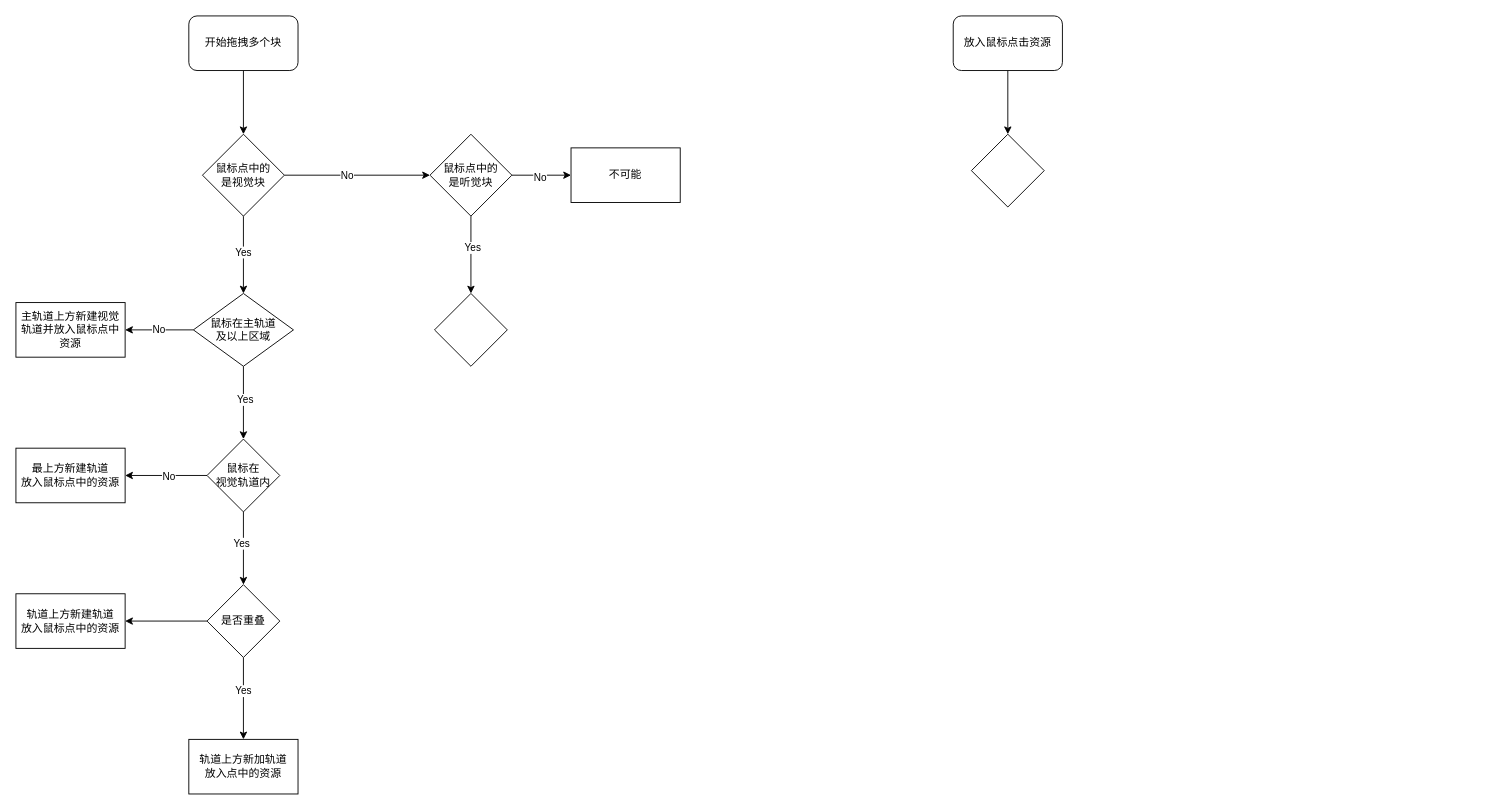
The draw.io diagram page "第 3 页" (3 of 3) of drag flow.drawio in macfanr/drawio, before the edit. Source tidied: cells renumbered, new cells numbered last; positions are measured from the earlier drawing's top-left corner, leaving out a move shared by most shapes. Both pictures are drawn from the tidied source at 91%, with x=0, y=0 at pixel (15, 15).
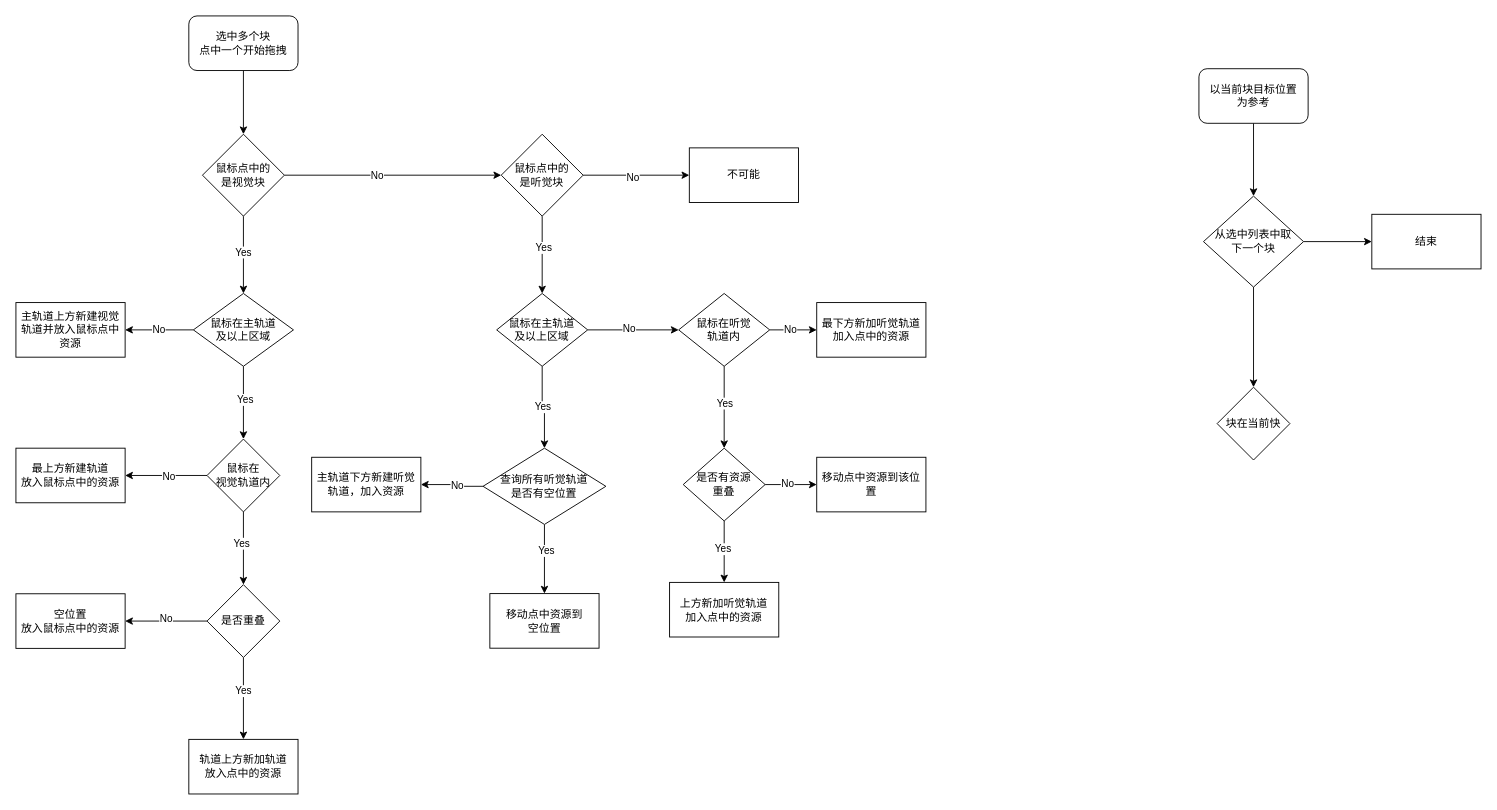
The same diagram, later.

The change refers to these unchanged cells:
```xml
<mxCell id="27" style="edgeStyle=orthogonalEdgeStyle;rounded=0;jettySize=auto;html=1;endArrow=classic;endFill=1;" parent="1" edge="1" source="28" target="32">
  <mxGeometry relative="1" as="geometry" />
</mxCell>
```

The edit, as a diff of the source:
```diff
@@
-    <mxCell id="3" value="开始拖拽多个块" style="rounded=1;whiteSpace=wrap;html=1;" parent="1" vertex="1">
+    <mxCell id="3" value="选中多个块&lt;br&gt;点中一个开始拖拽" style="rounded=1;whiteSpace=wrap;html=1;" parent="1" vertex="1">
       <mxGeometry x="190" width="120" height="60" as="geometry" />
     </mxCell>
@@
     <mxCell id="17" value="鼠标点中的&lt;br&gt;是听觉块" style="rhombus;whiteSpace=wrap;html=1;rounded=0;" parent="1" vertex="1">
-      <mxGeometry x="455" y="130" width="90" height="90" as="geometry" />
+      <mxGeometry x="533.3" y="130" width="90" height="90" as="geometry" />
     </mxCell>
     <mxCell id="18" value="不可能" style="whiteSpace=wrap;html=1;rounded=0;" parent="1" vertex="1">
-      <mxGeometry x="610" y="145" width="120" height="60" as="geometry" />
+      <mxGeometry x="740" y="145" width="120" height="60" as="geometry" />
     </mxCell>
+    <mxCell id="36" style="edgeStyle=orthogonalEdgeStyle;rounded=0;jettySize=auto;html=1;endArrow=classic;endFill=1;entryX=0.5;entryY=0;entryDx=0;entryDy=0;" parent="1" edge="1" source="19" target="50">
+      <mxGeometry relative="1" as="geometry" />
+    </mxCell>
+    <mxCell id="37" value="Yes" style="edgeLabel;html=1;align=center;verticalAlign=middle;" parent="36" vertex="1">
+      <mxGeometry x="-0.02" y="1" relative="1" as="geometry" />
+    </mxCell>
+    <mxCell id="38" style="edgeStyle=orthogonalEdgeStyle;rounded=0;jettySize=auto;html=1;endArrow=classic;endFill=1;entryX=0;entryY=0.5;entryDx=0;entryDy=0;" parent="1" edge="1" source="19" target="56">
+      <mxGeometry relative="1" as="geometry" />
+    </mxCell>
+    <mxCell id="39" value="No" style="edgeLabel;html=1;align=center;verticalAlign=middle;" parent="38" vertex="1">
+      <mxGeometry x="-0.1" y="2" relative="1" as="geometry" />
+    </mxCell>
-    <mxCell id="19" style="rhombus;whiteSpace=wrap;html=1;rounded=0;" parent="1" vertex="1">
-      <mxGeometry x="460" y="305" width="80" height="80" as="geometry" />
+    <mxCell id="19" value="&lt;span&gt;鼠标在主轨道&lt;/span&gt;&lt;br&gt;&lt;span&gt;及以上区域&lt;/span&gt;" style="rhombus;whiteSpace=wrap;html=1;rounded=0;" parent="1" vertex="1">
+      <mxGeometry x="528.3" y="305" width="100" height="80" as="geometry" />
     </mxCell>
@@
+    <mxCell id="40" value="No" style="edgeLabel;html=1;align=center;verticalAlign=middle;" parent="27" vertex="1">
+      <mxGeometry x="0.02" y="-3" relative="1" as="geometry" />
+    </mxCell>
@@
-    <mxCell id="32" value="轨道上方新建轨道&lt;br&gt;放入鼠标点中的资源" style="whiteSpace=wrap;html=1;rounded=0;" parent="1" vertex="1">
+    <mxCell id="32" value="空位置&lt;br&gt;放入鼠标点中的资源" style="whiteSpace=wrap;html=1;rounded=0;" parent="1" vertex="1">
       <mxGeometry y="635" width="120" height="60" as="geometry" />
     </mxCell>
@@
-    <mxCell id="34" value="放入鼠标点击资源" style="rounded=1;whiteSpace=wrap;html=1;" parent="1" vertex="1">
-      <mxGeometry x="1030" width="120" height="60" as="geometry" />
+    <mxCell id="34" value="以当前块目标位置&lt;br&gt;为参考" style="rounded=1;whiteSpace=wrap;html=1;" parent="1" vertex="1">
+      <mxGeometry x="1300" y="58" width="120" height="60" as="geometry" />
     </mxCell>
+    <mxCell id="41" style="edgeStyle=orthogonalEdgeStyle;rounded=0;jettySize=auto;html=1;endArrow=classic;endFill=1;" parent="1" edge="1" source="35" target="43">
+      <mxGeometry relative="1" as="geometry" />
+    </mxCell>
+    <mxCell id="42" style="edgeStyle=orthogonalEdgeStyle;rounded=0;jettySize=auto;html=1;endArrow=classic;endFill=1;" parent="1" edge="1" source="35" target="44">
+      <mxGeometry relative="1" as="geometry" />
+    </mxCell>
-    <mxCell id="35" style="rhombus;whiteSpace=wrap;html=1;rounded=0;" parent="1" vertex="1">
-      <mxGeometry x="1050" y="130" width="80" height="80" as="geometry" />
+    <mxCell id="35" value="从选中列表中取&lt;br&gt;下一个块" style="rhombus;whiteSpace=wrap;html=1;rounded=0;" parent="1" vertex="1">
+      <mxGeometry x="1305" y="198" width="110" height="100" as="geometry" />
     </mxCell>
+    <mxCell id="43" value="结束" style="whiteSpace=wrap;html=1;rounded=0;" parent="1" vertex="1">
+      <mxGeometry x="1490" y="218" width="120" height="60" as="geometry" />
+    </mxCell>
+    <mxCell id="44" value="块在当前快" style="rhombus;whiteSpace=wrap;html=1;rounded=0;" parent="1" vertex="1">
+      <mxGeometry x="1320" y="408" width="80" height="80" as="geometry" />
+    </mxCell>
+    <mxCell id="45" value="移动点中资源到&lt;br&gt;空位置" style="whiteSpace=wrap;html=1;" parent="1" vertex="1">
+      <mxGeometry x="520.8" y="634.8" width="120" height="60" as="geometry" />
+    </mxCell>
+    <mxCell id="46" style="edgeStyle=orthogonalEdgeStyle;rounded=0;jettySize=auto;html=1;exitX=0.5;exitY=1;exitDx=0;exitDy=0;" parent="1" edge="1" source="50" target="45">
+      <mxGeometry relative="1" as="geometry" />
+    </mxCell>
+    <mxCell id="47" value="Yes" style="edgeLabel;html=1;align=center;verticalAlign=middle;" parent="46" vertex="1">
+      <mxGeometry x="-0.23" y="2" relative="1" as="geometry" />
+    </mxCell>
+    <mxCell id="48" style="edgeStyle=orthogonalEdgeStyle;rounded=0;jettySize=auto;html=1;" parent="1" edge="1" source="50" target="51">
+      <mxGeometry relative="1" as="geometry" />
+    </mxCell>
+    <mxCell id="49" value="No" style="edgeLabel;html=1;align=center;verticalAlign=middle;" parent="48" vertex="1">
+      <mxGeometry x="-0.18" y="-1" relative="1" as="geometry" />
+    </mxCell>
+    <mxCell id="50" value="查询所有听觉轨道&lt;br&gt;是否有空位置" style="rhombus;whiteSpace=wrap;html=1;" parent="1" vertex="1">
+      <mxGeometry x="513.3" y="475" width="135" height="83.8" as="geometry" />
+    </mxCell>
+    <mxCell id="51" value="主轨道下方新建听觉&lt;br&gt;轨道，加入资源" style="whiteSpace=wrap;html=1;" parent="1" vertex="1">
+      <mxGeometry x="325" y="485" width="120" height="60" as="geometry" />
+    </mxCell>
+    <mxCell id="52" style="edgeStyle=orthogonalEdgeStyle;rounded=0;jettySize=auto;html=1;" parent="1" edge="1" source="56" target="61">
+      <mxGeometry relative="1" as="geometry" />
+    </mxCell>
+    <mxCell id="53" value="Yes" style="edgeLabel;html=1;align=center;verticalAlign=middle;" parent="52" vertex="1">
+      <mxGeometry x="-0.11" relative="1" as="geometry" />
+    </mxCell>
+    <mxCell id="54" style="edgeStyle=orthogonalEdgeStyle;rounded=0;jettySize=auto;html=1;" parent="1" edge="1" source="56" target="62">
+      <mxGeometry relative="1" as="geometry" />
+    </mxCell>
+    <mxCell id="55" value="No" style="edgeLabel;html=1;align=center;verticalAlign=middle;" parent="54" vertex="1">
+      <mxGeometry x="-0.14" y="2" relative="1" as="geometry">
+        <mxPoint y="1" as="offset" />
+      </mxGeometry>
+    </mxCell>
+    <mxCell id="56" value="鼠标在听觉&lt;br&gt;轨道内" style="rhombus;whiteSpace=wrap;html=1;" parent="1" vertex="1">
+      <mxGeometry x="728.3" y="305" width="100" height="80" as="geometry" />
+    </mxCell>
+    <mxCell id="57" style="edgeStyle=orthogonalEdgeStyle;rounded=0;jettySize=auto;html=1;" parent="1" edge="1" source="61" target="63">
+      <mxGeometry relative="1" as="geometry" />
+    </mxCell>
+    <mxCell id="58" value="No" style="edgeLabel;html=1;align=center;verticalAlign=middle;" parent="57" vertex="1">
+      <mxGeometry x="-0.15" y="3" relative="1" as="geometry">
+        <mxPoint y="1" as="offset" />
+      </mxGeometry>
+    </mxCell>
+    <mxCell id="59" style="edgeStyle=orthogonalEdgeStyle;rounded=0;jettySize=auto;html=1;entryX=0.5;entryY=0;entryDx=0;entryDy=0;" parent="1" edge="1" source="61" target="64">
+      <mxGeometry relative="1" as="geometry" />
+    </mxCell>
+    <mxCell id="60" value="Yes" style="edgeLabel;html=1;align=center;verticalAlign=middle;" parent="59" vertex="1">
+      <mxGeometry x="-0.1" y="-2" relative="1" as="geometry" />
+    </mxCell>
+    <mxCell id="61" value="是否有资源&lt;br&gt;重叠" style="rhombus;whiteSpace=wrap;html=1;" parent="1" vertex="1">
+      <mxGeometry x="733.3" y="475" width="90" height="80" as="geometry" />
+    </mxCell>
+    <mxCell id="62" value="最下方新加听觉轨道&lt;br&gt;加入点中的资源" style="whiteSpace=wrap;html=1;" parent="1" vertex="1">
+      <mxGeometry x="880" y="315" width="120" height="60" as="geometry" />
+    </mxCell>
+    <mxCell id="63" value="移动点中资源到该位置" style="whiteSpace=wrap;html=1;" parent="1" vertex="1">
+      <mxGeometry x="880" y="485" width="120" height="60" as="geometry" />
+    </mxCell>
+    <mxCell id="64" value="上方新加听觉轨道&lt;br&gt;加入点中的资源" style="whiteSpace=wrap;html=1;" parent="1" vertex="1">
+      <mxGeometry x="718.3" y="622.5" width="120" height="60" as="geometry" />
+    </mxCell>
```
